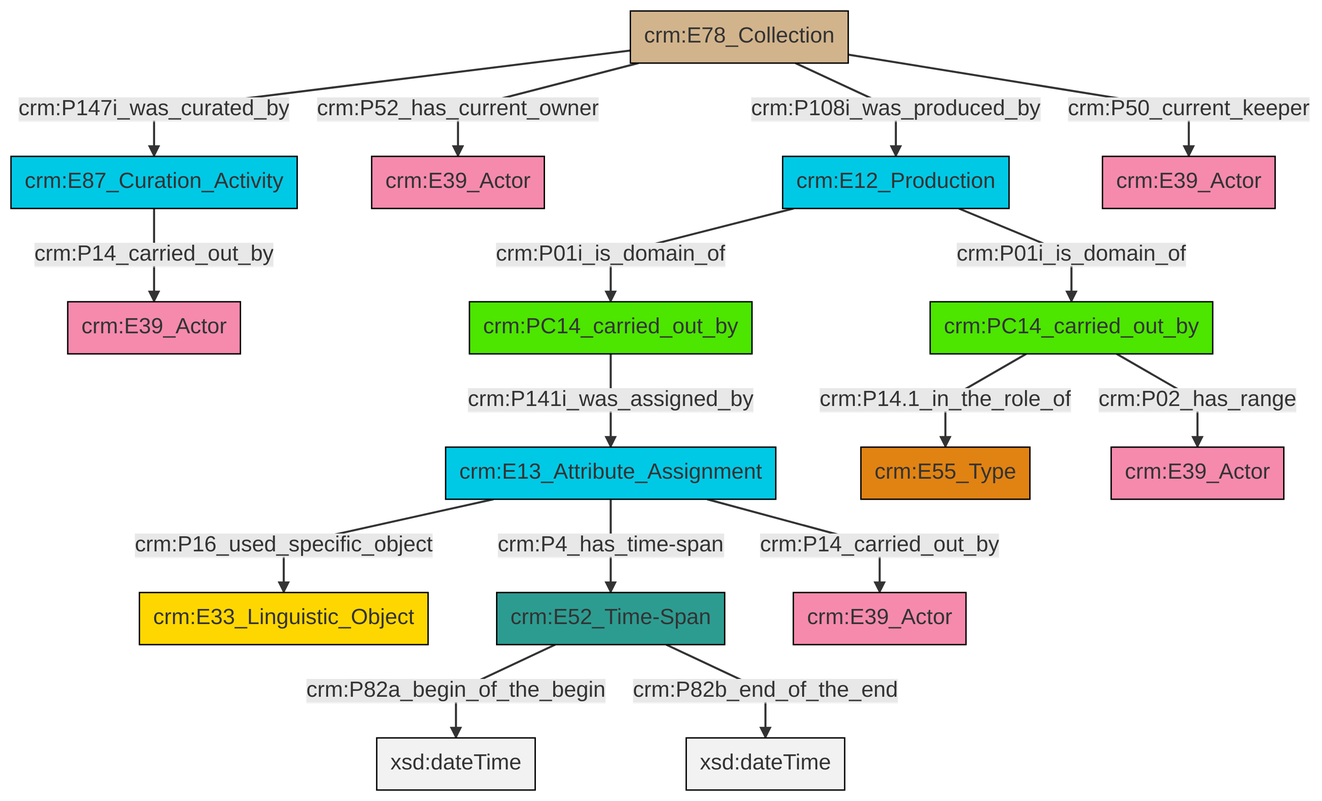
Before: et/archivalCSV/ttl/mmd/png/archival_relation.png, a diagram exported from Mermaid (swiss-art-research-net/docs.swissartresearch). Its source is kept beside it as et/archivalCSV/ttl/mmd/archival_relation.ttl.mmd.
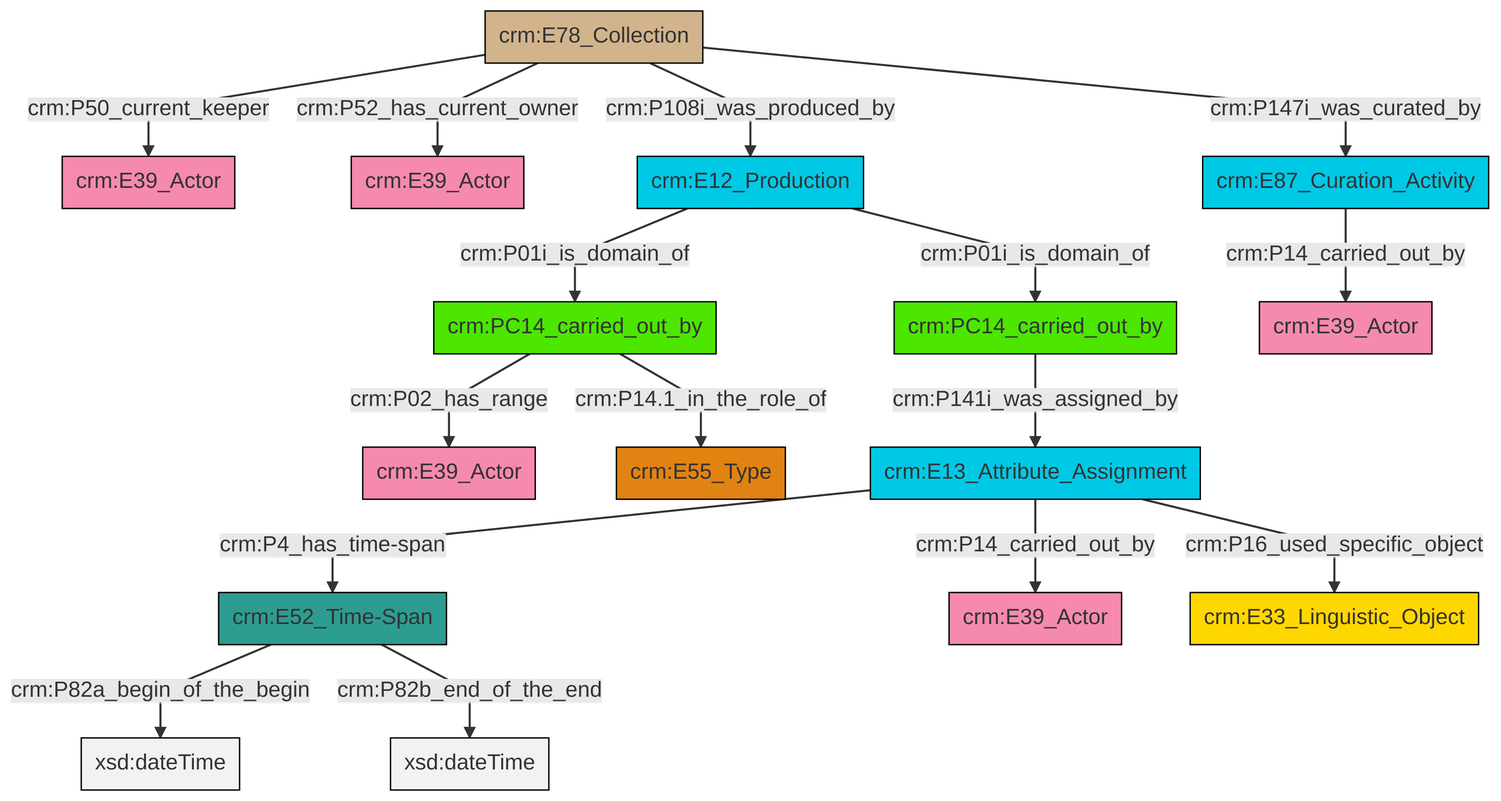
After the commit.

The edit, as a diff of the source:
```diff
@@ -13,18 +13,18 @@
 classDef PC_Classes fill:#4ce600, stroke:#000000;
 classDef Multi fill:#cccccc,stroke:#000000;
 
-2["crm:E13_Attribute_Assignment"]:::Temporal_Entity -->|crm:P16_used_specific_object| 3["crm:E33_Linguistic_Object"]:::Conceptual_Object
-4["crm:E78_Collection"]:::Physical_Thing -->|crm:P52_has_current_owner| 5["crm:E39_Actor"]:::Actor
-0["crm:E87_Curation_Activity"]:::Temporal_Entity -->|crm:P14_carried_out_by| 9["crm:E39_Actor"]:::Actor
-10["crm:PC14_carried_out_by"]:::PC_Classes -->|crm:P14.1_in_the_role_of| 11["crm:E55_Type"]:::Type
-10["crm:PC14_carried_out_by"]:::PC_Classes -->|crm:P02_has_range| 14["crm:E39_Actor"]:::Actor
-4["crm:E78_Collection"]:::Physical_Thing -->|crm:P108i_was_produced_by| 15["crm:E12_Production"]:::Temporal_Entity
-4["crm:E78_Collection"]:::Physical_Thing -->|crm:P147i_was_curated_by| 0["crm:E87_Curation_Activity"]:::Temporal_Entity
-2["crm:E13_Attribute_Assignment"]:::Temporal_Entity -->|crm:P4_has_time-span| 7["crm:E52_Time-Span"]:::Time-Span
-15["crm:E12_Production"]:::Temporal_Entity -->|crm:P01i_is_domain_of| 10["crm:PC14_carried_out_by"]:::PC_Classes
-4["crm:E78_Collection"]:::Physical_Thing -->|crm:P50_current_keeper| 20["crm:E39_Actor"]:::Actor
-15["crm:E12_Production"]:::Temporal_Entity -->|crm:P01i_is_domain_of| 12["crm:PC14_carried_out_by"]:::PC_Classes
-7["crm:E52_Time-Span"]:::Time-Span -->|crm:P82a_begin_of_the_begin| 26[xsd:dateTime]:::Literal
-7["crm:E52_Time-Span"]:::Time-Span -->|crm:P82b_end_of_the_end| 27[xsd:dateTime]:::Literal
-12["crm:PC14_carried_out_by"]:::PC_Classes -->|crm:P141i_was_assigned_by| 2["crm:E13_Attribute_Assignment"]:::Temporal_Entity
-2["crm:E13_Attribute_Assignment"]:::Temporal_Entity -->|crm:P14_carried_out_by| 22["crm:E39_Actor"]:::Actor
+0["crm:E78_Collection"]:::Physical_Thing -->|crm:P50_current_keeper| 1["crm:E39_Actor"]:::Actor
+2["crm:E52_Time-Span"]:::Time-Span -->|crm:P82a_begin_of_the_begin| 3[xsd:dateTime]:::Literal
+0["crm:E78_Collection"]:::Physical_Thing -->|crm:P52_has_current_owner| 4["crm:E39_Actor"]:::Actor
+0["crm:E78_Collection"]:::Physical_Thing -->|crm:P108i_was_produced_by| 5["crm:E12_Production"]:::Temporal_Entity
+8["crm:PC14_carried_out_by"]:::PC_Classes -->|crm:P02_has_range| 6["crm:E39_Actor"]:::Actor
+0["crm:E78_Collection"]:::Physical_Thing -->|crm:P147i_was_curated_by| 9["crm:E87_Curation_Activity"]:::Temporal_Entity
+2["crm:E52_Time-Span"]:::Time-Span -->|crm:P82b_end_of_the_end| 11[xsd:dateTime]:::Literal
+9["crm:E87_Curation_Activity"]:::Temporal_Entity -->|crm:P14_carried_out_by| 17["crm:E39_Actor"]:::Actor
+5["crm:E12_Production"]:::Temporal_Entity -->|crm:P01i_is_domain_of| 8["crm:PC14_carried_out_by"]:::PC_Classes
+8["crm:PC14_carried_out_by"]:::PC_Classes -->|crm:P14.1_in_the_role_of| 19["crm:E55_Type"]:::Type
+21["crm:E13_Attribute_Assignment"]:::Temporal_Entity -->|crm:P4_has_time-span| 2["crm:E52_Time-Span"]:::Time-Span
+14["crm:PC14_carried_out_by"]:::PC_Classes -->|crm:P141i_was_assigned_by| 21["crm:E13_Attribute_Assignment"]:::Temporal_Entity
+21["crm:E13_Attribute_Assignment"]:::Temporal_Entity -->|crm:P16_used_specific_object| 27["crm:E33_Linguistic_Object"]:::Conceptual_Object
+5["crm:E12_Production"]:::Temporal_Entity -->|crm:P01i_is_domain_of| 14["crm:PC14_carried_out_by"]:::PC_Classes
+21["crm:E13_Attribute_Assignment"]:::Temporal_Entity -->|crm:P14_carried_out_by| 12["crm:E39_Actor"]:::Actor
```
